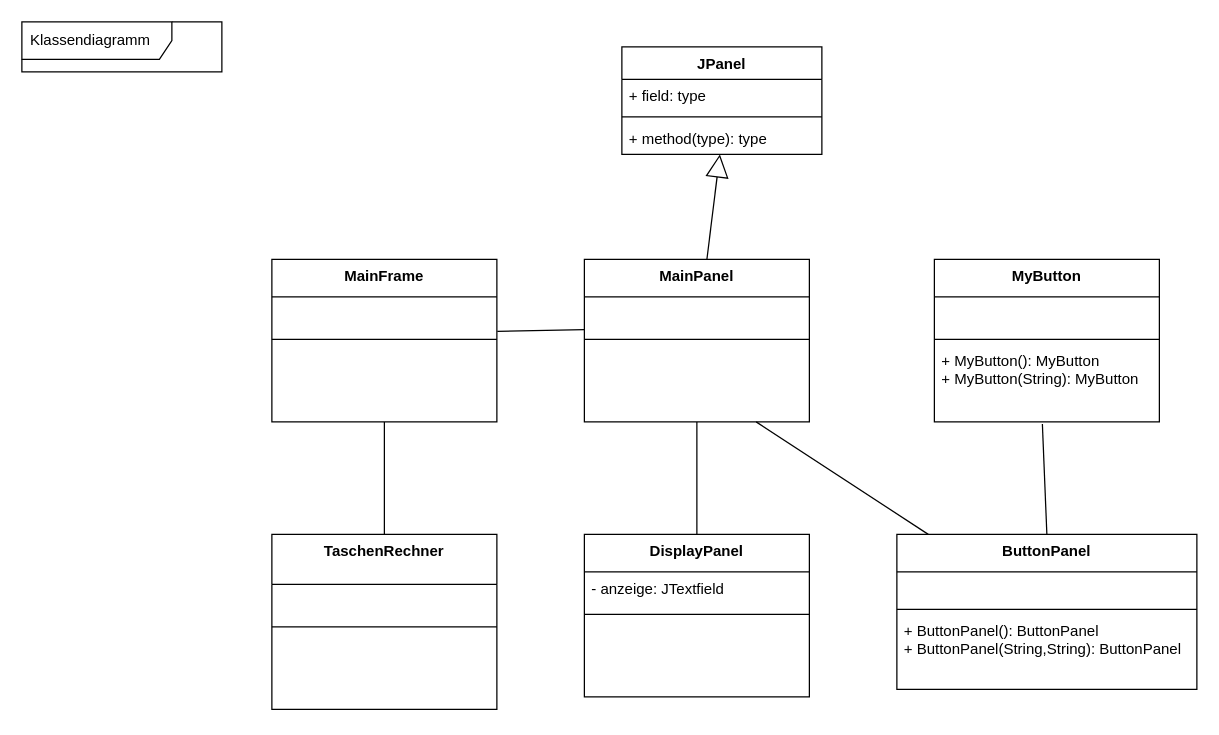
This is page "Taschenrechner UML" (1 of 4) of DesignPattern/Material/Example.drawio from hossamezzat17/JavaTraining07022022, a draw.io file, before an edit. Source tidied: cells renumbered, new cells numbered last; positions are measured from the earlier drawing's top-left corner, leaving out a move shared by most shapes. Both pictures are drawn from the tidied source at 125%, with x=0, y=0 at pixel (21, 21).
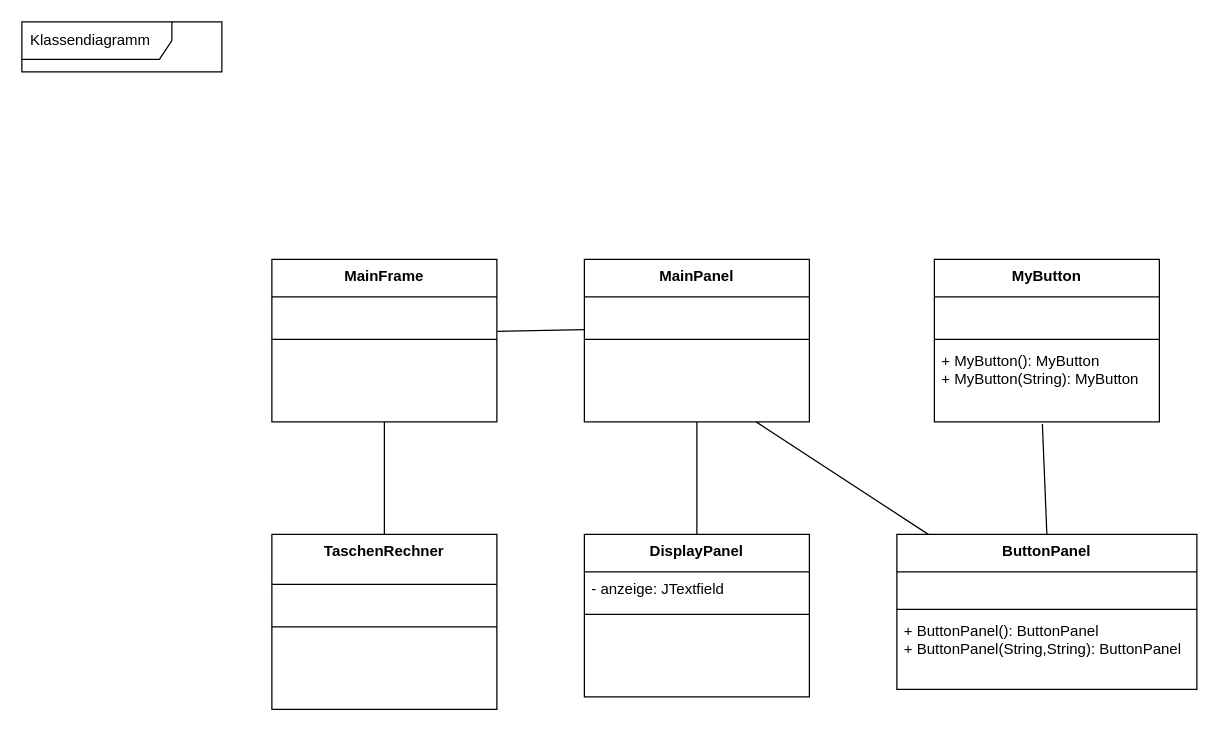
Above is the later version.

The change refers to these unchanged cells:
```xml
<mxCell id="16" value="MainPanel" style="swimlane;fontStyle=1;align=center;verticalAlign=top;horizontal=1;startSize=30;" parent="1" vertex="1">
  <mxGeometry x="450" y="190" width="180" height="130" as="geometry" />
</mxCell>
```

The edit, as a diff of the source:
```diff
@@
-    <mxCell id="32" value="JPanel" style="swimlane;fontStyle=1;align=center;verticalAlign=top;horizontal=1;startSize=26;" parent="1" vertex="1">
-      <mxGeometry x="480" y="20" width="160" height="86" as="geometry" />
-    </mxCell>
-    <mxCell id="33" value="+ field: type" style="text;strokeColor=none;fillColor=none;align=left;verticalAlign=top;spacingLeft=4;spacingRight=4;overflow=hidden;" parent="32" vertex="1">
-      <mxGeometry y="26" width="160" height="26" as="geometry" />
-    </mxCell>
-    <mxCell id="34" style="line;strokeWidth=1;fillColor=none;align=left;verticalAlign=middle;spacingTop=-1;spacingLeft=3;spacingRight=3;labelPosition=right;" parent="32" vertex="1">
-      <mxGeometry y="52" width="160" height="8" as="geometry" />
-    </mxCell>
-    <mxCell id="35" value="+ method(type): type" style="text;strokeColor=none;fillColor=none;align=left;verticalAlign=top;spacingLeft=4;spacingRight=4;overflow=hidden;points=[[0,0.5],[1,0.5]];portConstraint=eastwest;" parent="32" vertex="1">
-      <mxGeometry y="60" width="160" height="26" as="geometry" />
-    </mxCell>
-    <mxCell id="36" style="endArrow=block;endSize=16;endFill=0;html=1;rounded=0;" parent="1" edge="1" source="16" target="35">
-      <mxGeometry relative="1" as="geometry" />
-    </mxCell>
```
